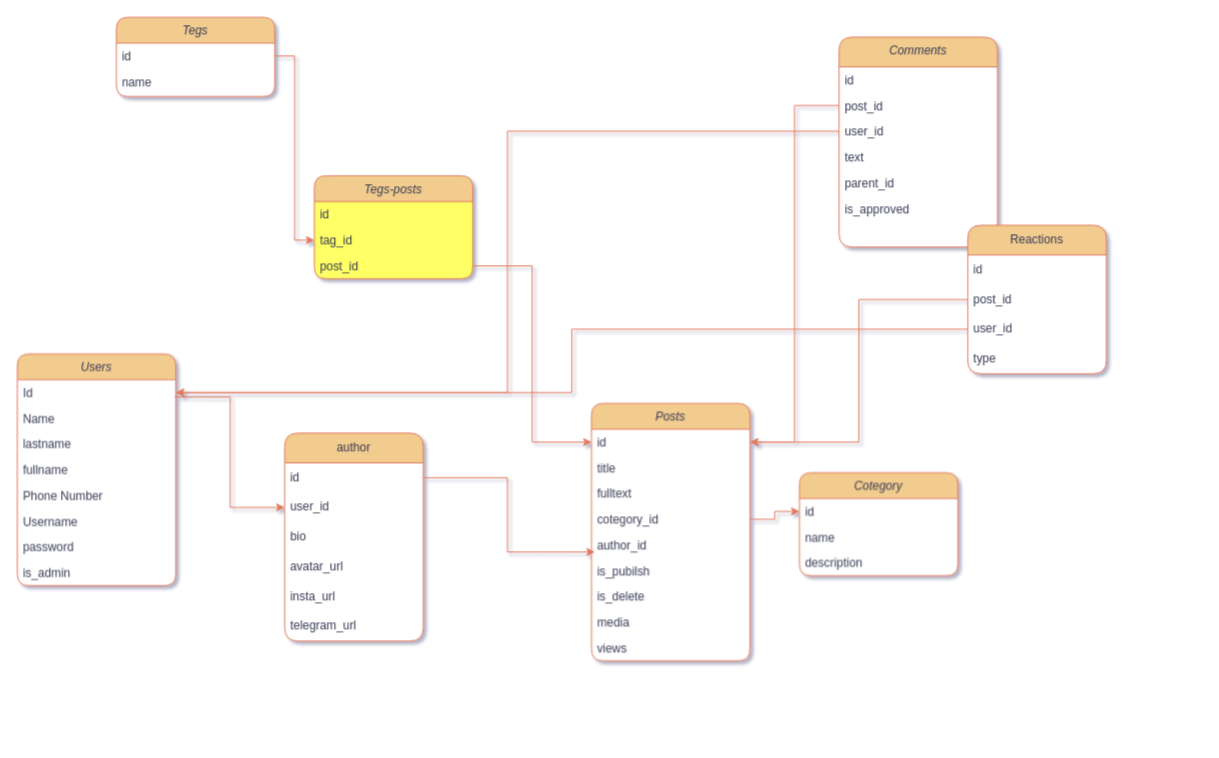
Before: Диаграмма без названия.drawio in StarGroupnukus/FiveCityNews, a draw.io diagram. Source tidied: cells renumbered, new cells numbered last; positions are measured from the earlier drawing's top-left corner, leaving out a move shared by most shapes. Both pictures are drawn from the tidied source at 99%, with x=0, y=0 at pixel (17, 17).
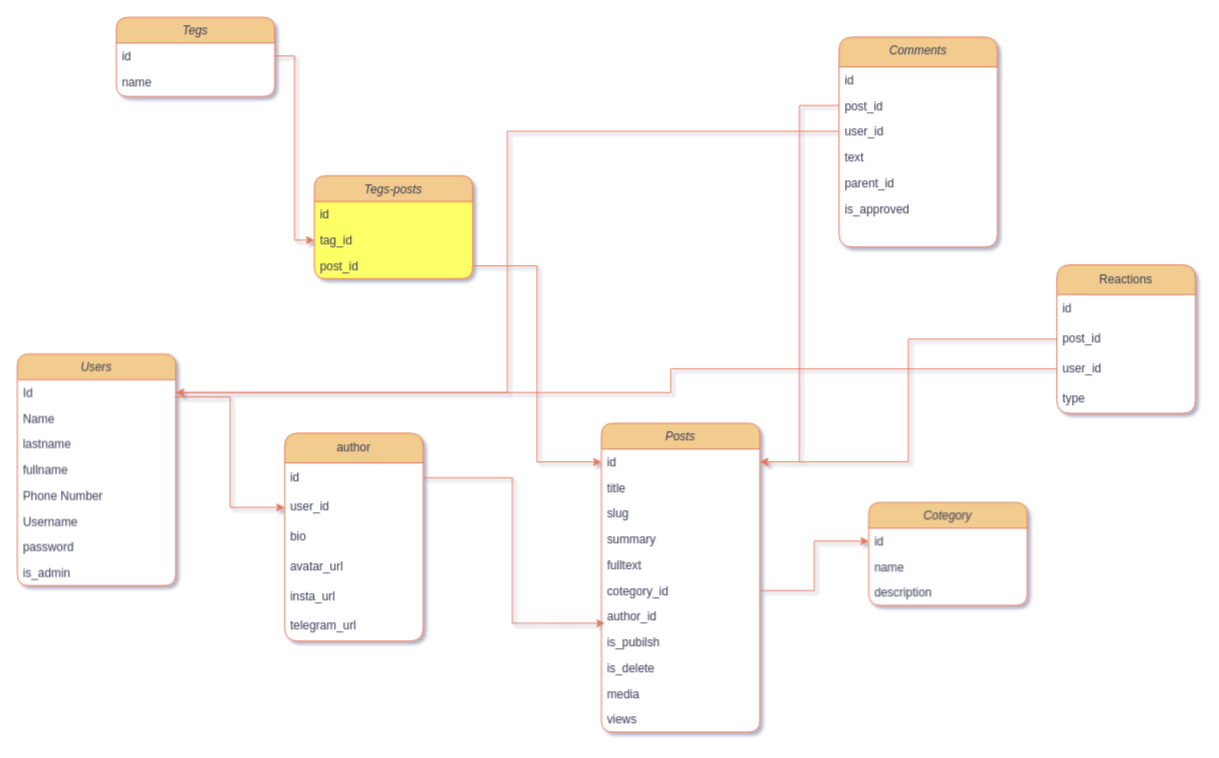
Above is the later version.

Unchanged cells that the change refers to:
```xml
<mxCell id="3" value="Id" style="text;align=left;verticalAlign=top;spacingLeft=4;spacingRight=4;overflow=hidden;points=[[0,0.5],[1,0.5]];portConstraint=eastwest;labelBackgroundColor=none;fontColor=#393C56;" parent="2" vertex="1">
  <mxGeometry y="26" width="160" height="26" as="geometry" />
</mxCell>
<mxCell id="56" value="user_id" style="text;strokeColor=none;fillColor=none;align=left;verticalAlign=middle;spacingLeft=4;spacingRight=4;overflow=hidden;points=[[0,0.5],[1,0.5]];portConstraint=eastwest;whiteSpace=wrap;html=1;fontColor=#393C56;" parent="53" vertex="1">
  <mxGeometry y="90" width="140" height="30" as="geometry" />
</mxCell>
```

The edit, as a diff of the source:
```diff
@@
     <mxCell id="11" value="Posts" style="swimlane;fontStyle=2;align=center;verticalAlign=top;horizontal=1;startSize=26;rounded=1;shadow=0;strokeWidth=1;labelBackgroundColor=none;fillColor=#F2CC8F;strokeColor=#E07A5F;fontColor=#393C56;rotation=0;swimlaneFillColor=default;" parent="1" vertex="1">
-      <mxGeometry x="580" y="390" width="160" height="260" as="geometry" />
+      <mxGeometry x="590" y="410" width="160" height="312" as="geometry" />
     </mxCell>
@@
+    <mxCell id="60" value="slug&#10;&#10;" style="text;align=left;verticalAlign=top;spacingLeft=4;spacingRight=4;overflow=hidden;labelBackgroundColor=none;fontColor=#393C56;rotation=0;" parent="11" vertex="1">
+      <mxGeometry y="78" width="160" height="26" as="geometry" />
+    </mxCell>
+    <mxCell id="61" value="summary" style="text;align=left;verticalAlign=top;spacingLeft=4;spacingRight=4;overflow=hidden;labelBackgroundColor=none;fontColor=#393C56;rotation=0;" parent="11" vertex="1">
+      <mxGeometry y="104" width="160" height="26" as="geometry" />
+    </mxCell>
     <mxCell id="14" value="fulltext" style="text;align=left;verticalAlign=top;spacingLeft=4;spacingRight=4;overflow=hidden;labelBackgroundColor=none;fontColor=#393C56;rotation=0;" parent="11" vertex="1">
-      <mxGeometry y="78" width="160" height="26" as="geometry" />
+      <mxGeometry y="130" width="160" height="26" as="geometry" />
     </mxCell>
     <mxCell id="15" value="cotegory_id&#10;" style="text;align=left;verticalAlign=top;spacingLeft=4;spacingRight=4;overflow=hidden;points=[[0,0.5],[1,0.5]];portConstraint=eastwest;labelBackgroundColor=none;fontColor=#393C56;rotation=0;" parent="11" vertex="1">
-      <mxGeometry y="104" width="160" height="26" as="geometry" />
+      <mxGeometry y="156" width="160" height="26" as="geometry" />
     </mxCell>
     <mxCell id="16" value="author_id" style="text;align=left;verticalAlign=top;spacingLeft=4;spacingRight=4;overflow=hidden;points=[[0,0.5],[1,0.5]];portConstraint=eastwest;rounded=0;shadow=0;html=0;labelBackgroundColor=none;fontColor=#393C56;rotation=0;" parent="11" vertex="1">
-      <mxGeometry y="130" width="160" height="26" as="geometry" />
+      <mxGeometry y="182" width="160" height="26" as="geometry" />
     </mxCell>
     <mxCell id="17" value="is_pubilsh" style="text;align=left;verticalAlign=top;spacingLeft=4;spacingRight=4;overflow=hidden;labelBackgroundColor=none;fontColor=#393C56;rotation=0;" parent="11" vertex="1">
-      <mxGeometry y="156" width="160" height="26" as="geometry" />
+      <mxGeometry y="208" width="160" height="26" as="geometry" />
     </mxCell>
     <mxCell id="18" value="is_delete" style="text;align=left;verticalAlign=top;spacingLeft=4;spacingRight=4;overflow=hidden;labelBackgroundColor=none;fontColor=#393C56;rotation=0;" parent="11" vertex="1">
-      <mxGeometry y="182" width="160" height="26" as="geometry" />
+      <mxGeometry y="234" width="160" height="26" as="geometry" />
     </mxCell>
     <mxCell id="19" value="media" style="text;align=left;verticalAlign=top;spacingLeft=4;spacingRight=4;overflow=hidden;labelBackgroundColor=none;fontColor=#393C56;rotation=0;" parent="11" vertex="1">
-      <mxGeometry y="208" width="160" height="26" as="geometry" />
+      <mxGeometry y="260" width="160" height="26" as="geometry" />
     </mxCell>
     <mxCell id="20" value="views" style="text;align=left;verticalAlign=top;spacingLeft=4;spacingRight=4;overflow=hidden;labelBackgroundColor=none;fontColor=#393C56;rotation=0;" parent="11" vertex="1">
-      <mxGeometry y="234" width="160" height="26" as="geometry" />
+      <mxGeometry y="286" width="160" height="26" as="geometry" />
     </mxCell>
@@
     <mxCell id="25" value="Cotegory" style="swimlane;fontStyle=2;align=center;verticalAlign=top;horizontal=1;startSize=26;rounded=1;shadow=0;strokeWidth=1;labelBackgroundColor=none;fillColor=#F2CC8F;strokeColor=#E07A5F;fontColor=#393C56;rotation=0;swimlaneFillColor=default;" parent="1" vertex="1">
-      <mxGeometry x="790" y="460" width="160" height="104" as="geometry" />
+      <mxGeometry x="860" y="490" width="160" height="104" as="geometry" />
     </mxCell>
@@
     <mxCell id="53" value="Reactions" style="swimlane;fontStyle=0;horizontal=1;startSize=30;whiteSpace=wrap;html=1;strokeColor=#E07A5F;fontColor=#393C56;fillColor=#F2CC8F;swimlaneFillColor=default;rounded=1;" parent="1" vertex="1">
-      <mxGeometry x="960" y="210" width="140" height="150" as="geometry" />
+      <mxGeometry x="1050" y="250" width="140" height="150" as="geometry" />
     </mxCell>
@@
     <mxCell id="59" style="edgeStyle=orthogonalEdgeStyle;rounded=0;jettySize=auto;html=1;entryX=1;entryY=0.5;entryDx=0;entryDy=0;strokeColor=#E07A5F;fontColor=#393C56;fillColor=#F2CC8F;" parent="1" edge="1" source="56" target="3">
-      <mxGeometry relative="1" as="geometry" />
+      <mxGeometry relative="1" as="geometry">
+        <Array as="points">
+          <mxPoint x="660" y="355" />
+          <mxPoint x="660" y="379" />
+        </Array>
+      </mxGeometry>
     </mxCell>
```
